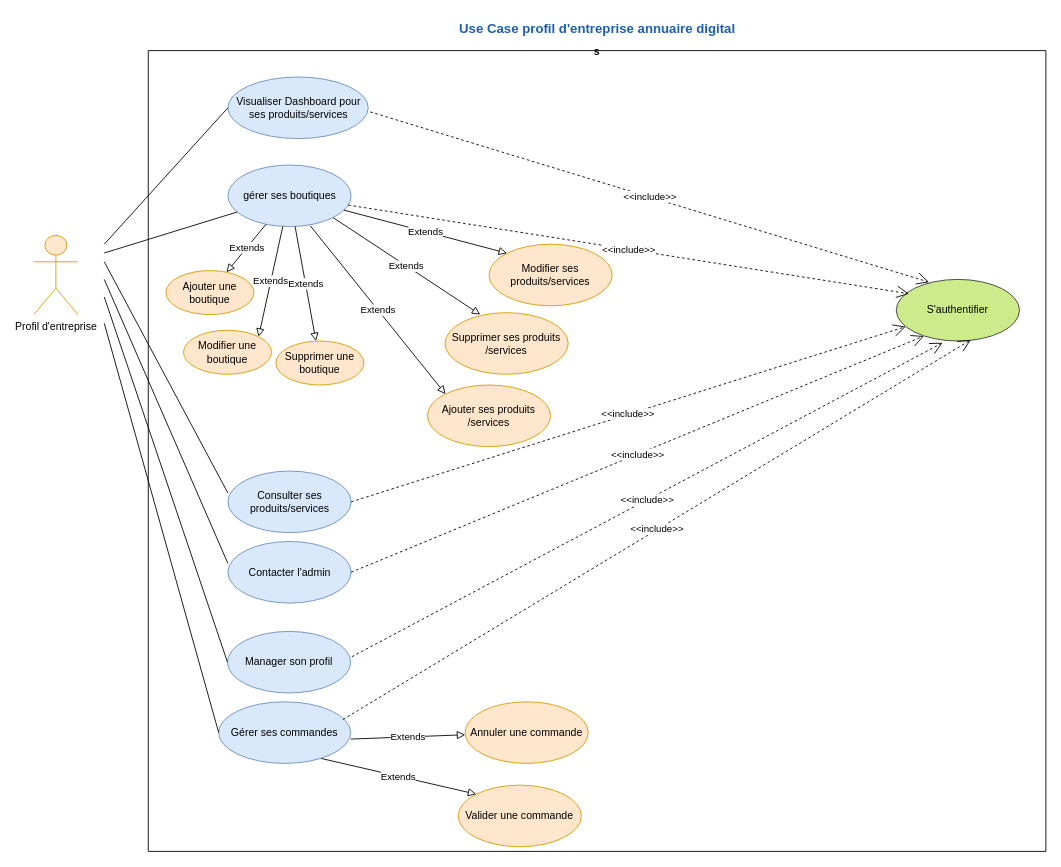
Before: 3. UseCase_BusinessOwner.drawio in amine-elarass49/angular_doc, a draw.io diagram. Source tidied: cells renumbered, new cells numbered last; positions are measured from the earlier drawing's top-left corner, leaving out a move shared by most shapes. Both pictures are drawn from the tidied source at 88%, with x=0, y=0 at pixel (33, 15).
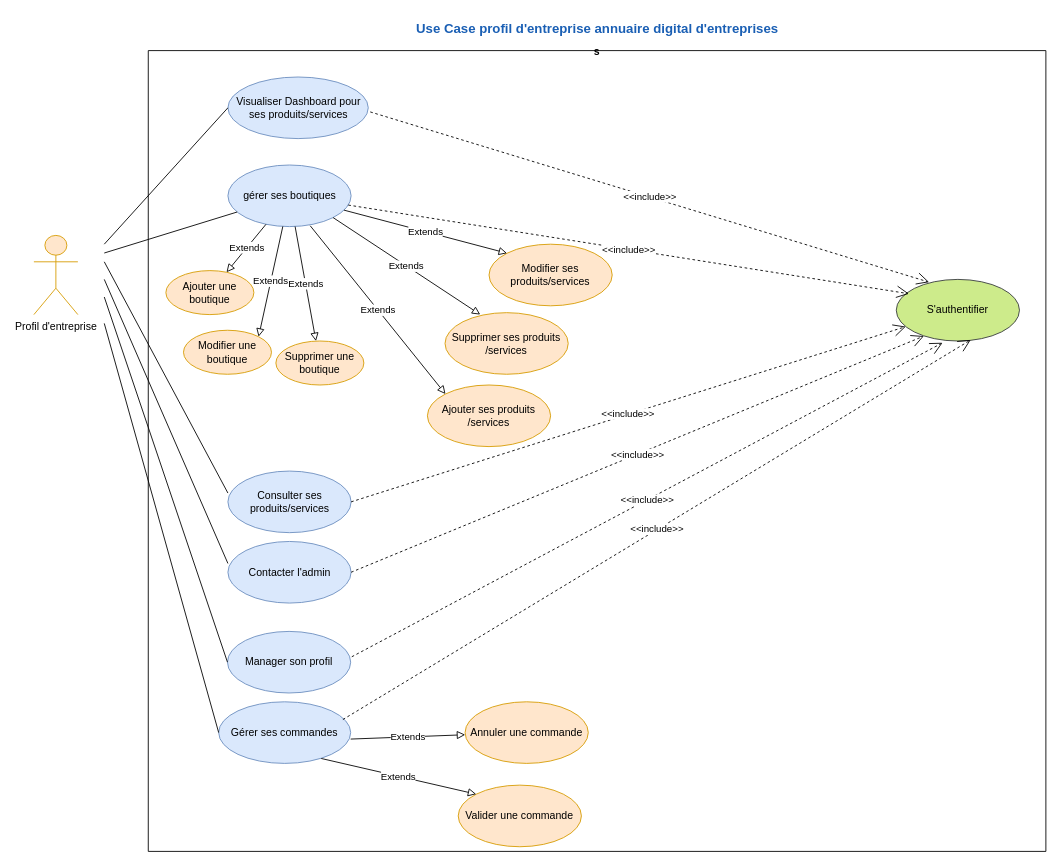
After the change.

Unchanged cells that the change refers to:
```xml
<mxCell id="2" value="s" style="swimlane;startSize=0;" parent="1" vertex="1">
  <mxGeometry x="130" y="40" width="1020" height="910" as="geometry" />
</mxCell>
```

Change to the diagram source:
```diff
@@
-    <mxCell id="32" value="&lt;b&gt;&lt;font style=&quot;font-size: 15px;&quot; color=&quot;#1a5fb4&quot;&gt;Use Case profil d'entreprise annuaire digital&lt;br&gt;&lt;/font&gt;&lt;/b&gt;" style="text;html=1;align=center;verticalAlign=middle;strokeColor=none;fillColor=none;" parent="2" vertex="1">
-      <mxGeometry x="340" y="-40" width="340" height="30" as="geometry" />
+    <mxCell id="32" value="&lt;b&gt;&lt;font style=&quot;font-size: 15px;&quot; color=&quot;#1a5fb4&quot;&gt;Use Case profil d'entreprise annuaire digital &lt;/font&gt;&lt;/b&gt;&lt;b&gt;&lt;font style=&quot;font-size: 15px;&quot; color=&quot;#1a5fb4&quot;&gt; d'entreprises&lt;/font&gt;&lt;/b&gt;" style="text;html=1;align=center;verticalAlign=middle;strokeColor=none;fillColor=none;" parent="2" vertex="1">
+      <mxGeometry x="290" y="-40" width="440" height="30" as="geometry" />
     </mxCell>
```
